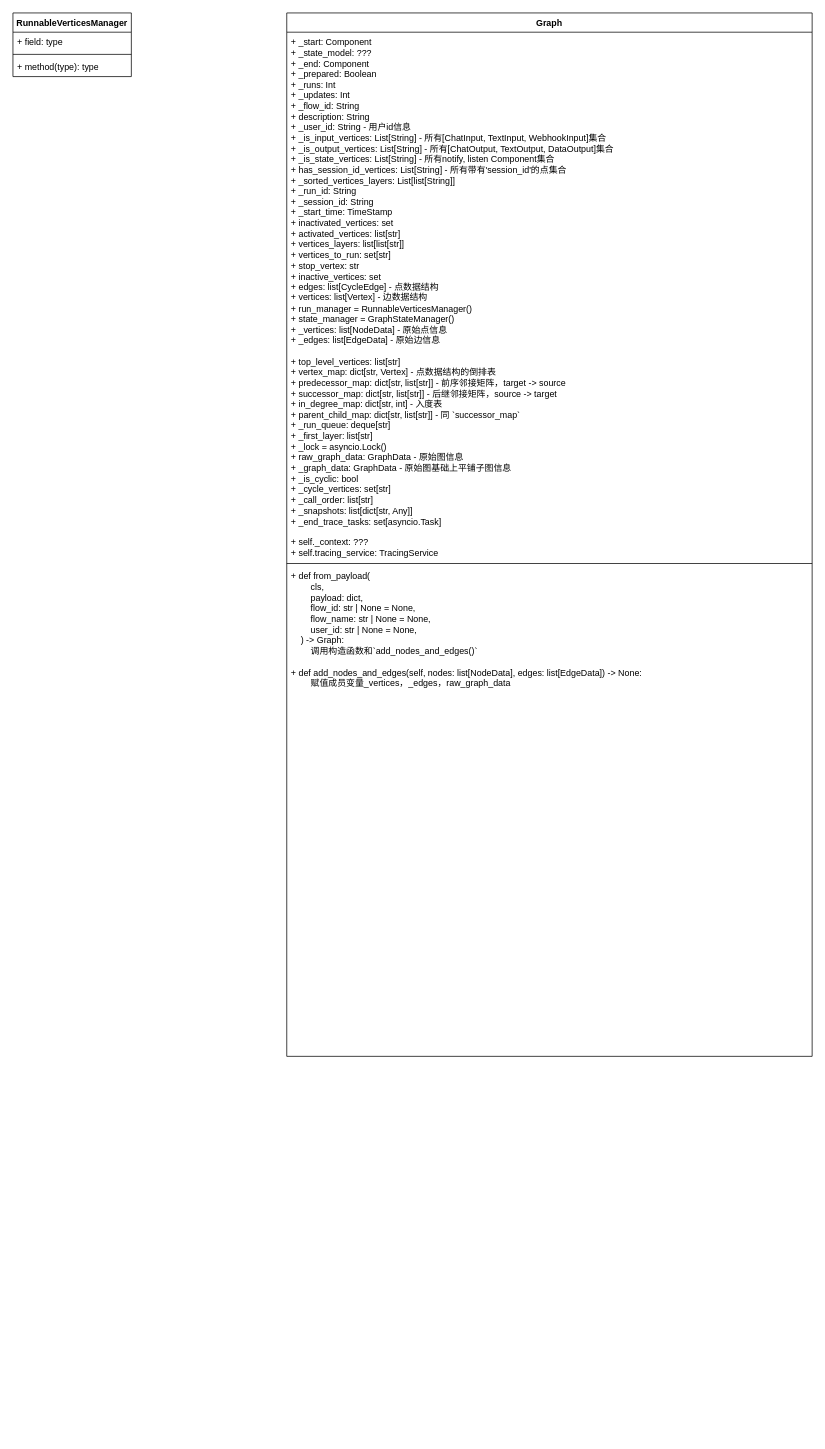
Above: page "Graph" (1 of 4) of langflow_v2.drawio in ooooona/toolkits (draw.io), before the change. Source tidied: cells renumbered, new cells numbered last; positions are measured from the earlier drawing's top-left corner, leaving out a move shared by most shapes. Both pictures are drawn from the tidied source at 74%, with x=0, y=0 at pixel (13, 13).
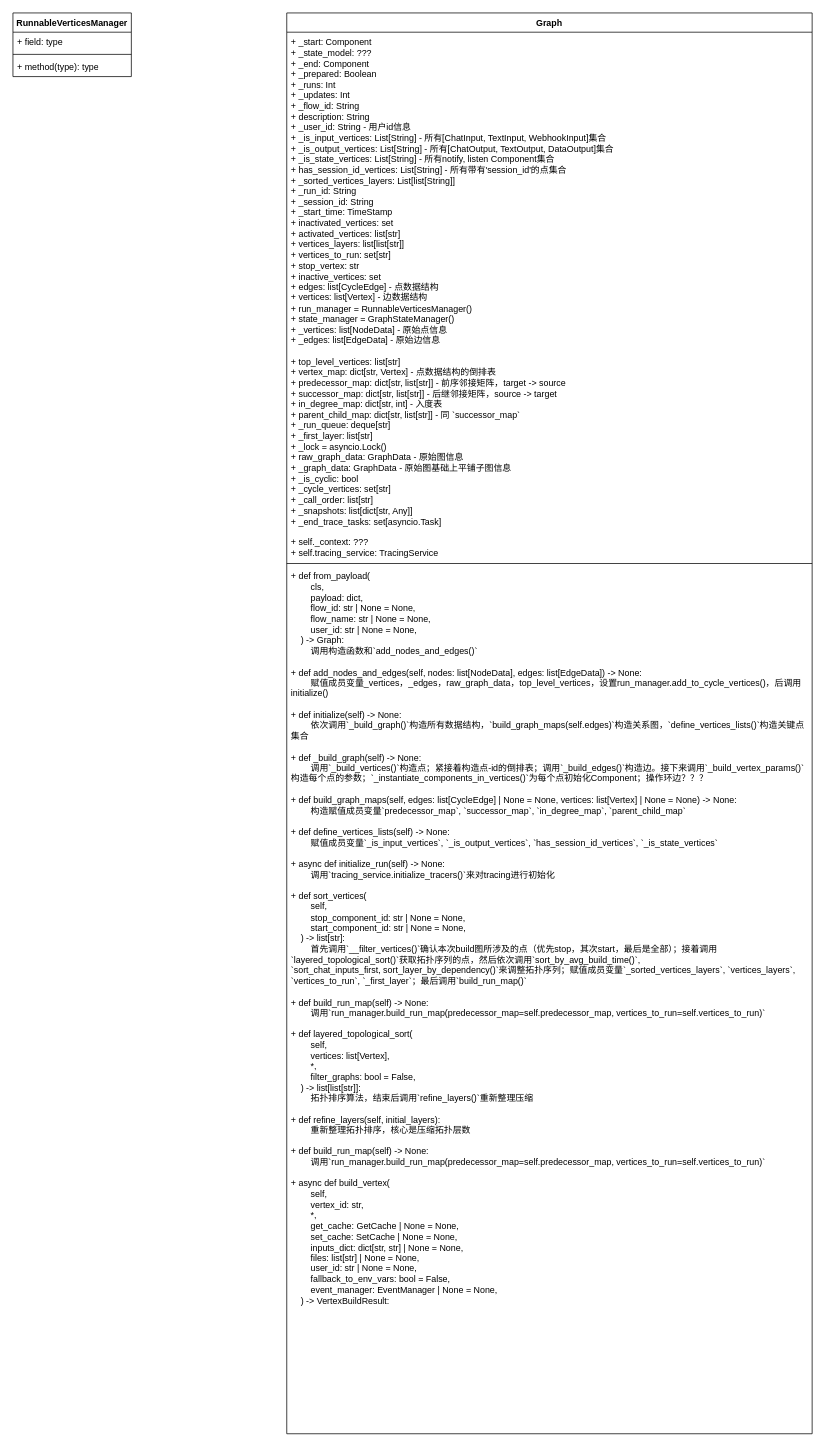
After the change.

What changed in the source:
```diff
@@
 <mxGraphModel>
   <root>
     <mxCell id="0" />
     <mxCell id="1" parent="0" />
     <mxCell id="2" value="Graph" style="swimlane;fontStyle=1;align=center;verticalAlign=top;horizontal=1;startSize=26;whiteSpace=wrap;html=1;" parent="1" vertex="1">
-      <mxGeometry x="370" width="710" height="1410" as="geometry" />
+      <mxGeometry x="370" width="710" height="1920" as="geometry" />
     </mxCell>
     <mxCell id="3" value="+ _start: Component&lt;div&gt;+&amp;nbsp;_state_model: ???&lt;/div&gt;&lt;div&gt;+ _end: Component&lt;/div&gt;&lt;div&gt;+ _prepared: Boolean&lt;/div&gt;&lt;div&gt;+ _runs: Int&lt;/div&gt;&lt;div&gt;+ _updates: Int&lt;/div&gt;&lt;div&gt;+ _flow_id: String&lt;/div&gt;&lt;div&gt;+ description: String&lt;/div&gt;&lt;div&gt;+ _user_id:&amp;nbsp;&lt;span style=&quot;background-color: transparent; color: light-dark(rgb(0, 0, 0), rgb(255, 255, 255));&quot;&gt;String - 用户id信息&lt;/span&gt;&lt;/div&gt;&lt;div&gt;+ _is_input_vertices: List[String] - 所有[ChatInput, TextInput, WebhookInput]集合&lt;/div&gt;&lt;div&gt;+&amp;nbsp;_is_output_vertices: List[String] - 所有[ChatOutput, TextOutput, DataOutput]集合&lt;/div&gt;&lt;div&gt;+&amp;nbsp;_is_state_vertices: List[String] - 所有notify, listen Component集合&lt;/div&gt;&lt;div&gt;+&amp;nbsp;has_session_id_vertices: List[String] - 所有带有'session_id'的点集合&lt;/div&gt;&lt;div&gt;+&amp;nbsp;_sorted_vertices_layers: List[list[String]]&lt;/div&gt;&lt;div&gt;+ _run_id:&amp;nbsp;&lt;span style=&quot;background-color: transparent; color: light-dark(rgb(0, 0, 0), rgb(255, 255, 255));&quot;&gt;String&lt;/span&gt;&lt;/div&gt;&lt;div&gt;+ _session_id:&amp;nbsp;&lt;span style=&quot;background-color: transparent; color: light-dark(rgb(0, 0, 0), rgb(255, 255, 255));&quot;&gt;String&lt;/span&gt;&lt;/div&gt;&lt;div&gt;+ _start_time: TimeStamp&lt;/div&gt;&lt;div&gt;+&amp;nbsp;inactivated_vertices: set&lt;/div&gt;&lt;div&gt;+&amp;nbsp;activated_vertices: list[str]&lt;/div&gt;&lt;div&gt;+&amp;nbsp;vertices_layers: list[list[str]]&lt;/div&gt;&lt;div&gt;+&amp;nbsp;vertices_to_run: set[str]&lt;/div&gt;&lt;div&gt;+&amp;nbsp;stop_vertex: str&lt;/div&gt;&lt;div&gt;+&amp;nbsp;inactive_vertices: set&amp;nbsp;&lt;/div&gt;&lt;div&gt;+&amp;nbsp;edges: list[CycleEdge] - 点数据结构&lt;/div&gt;&lt;div&gt;+&amp;nbsp;vertices: list[Vertex] - 边数据结构&lt;/div&gt;&lt;div&gt;+&amp;nbsp;run_manager = RunnableVerticesManager()&lt;/div&gt;&lt;div&gt;+&amp;nbsp;state_manager = GraphStateManager()&lt;/div&gt;&lt;div&gt;+&amp;nbsp;_vertices: list[NodeData] - 原始点信息&lt;/div&gt;&lt;div&gt;+&amp;nbsp;_edges: list[EdgeData] - 原始边信息&lt;/div&gt;&lt;div&gt;&lt;br&gt;&lt;/div&gt;&lt;div&gt;+&amp;nbsp;top_level_vertices: list[str]&lt;/div&gt;&lt;div&gt;+&amp;nbsp;vertex_map: dict[str, Vertex] - 点数据结构的倒排表&lt;/div&gt;&lt;div&gt;+&amp;nbsp;predecessor_map: dict[str, list[str]] - 前序邻接矩阵，target -&amp;gt; source&lt;/div&gt;&lt;div&gt;+&amp;nbsp;successor_map: dict[str, list[str]] - 后继邻接矩阵，source -&amp;gt; target&lt;/div&gt;&lt;div&gt;+&amp;nbsp;in_degree_map: dict[str, int] - 入度表&lt;/div&gt;&lt;div&gt;+&amp;nbsp;parent_child_map: dict[str, list[str]] - 同&lt;span style=&quot;background-color: transparent; color: light-dark(rgb(0, 0, 0), rgb(255, 255, 255));&quot;&gt;&amp;nbsp;`successor_map`&lt;/span&gt;&lt;/div&gt;&lt;div&gt;+&amp;nbsp;_run_queue: deque[str]&lt;/div&gt;&lt;div&gt;+&amp;nbsp;_first_layer: list[str]&lt;/div&gt;&lt;div&gt;+&amp;nbsp;_lock = asyncio.Lock()&lt;/div&gt;&lt;div&gt;+&amp;nbsp;raw_graph_data: GraphData - 原始图信息&lt;/div&gt;&lt;div&gt;+&amp;nbsp;_graph_data:&amp;nbsp;&lt;span style=&quot;background-color: transparent; color: light-dark(rgb(0, 0, 0), rgb(255, 255, 255));&quot;&gt;GraphData - 原始图基础上平铺子图信息&lt;/span&gt;&lt;/div&gt;&lt;div&gt;+&amp;nbsp;_is_cyclic: bool&amp;nbsp;&lt;/div&gt;&lt;div&gt;+&amp;nbsp;_cycle_vertices: set[str]&lt;/div&gt;&lt;div&gt;+&amp;nbsp;_call_order: list[str]&lt;/div&gt;&lt;div&gt;+&amp;nbsp;_snapshots: list[dict[str, Any]]&lt;/div&gt;&lt;div&gt;+&amp;nbsp;_end_trace_tasks: set[asyncio.Task]&lt;/div&gt;&lt;div&gt;&lt;br&gt;&lt;/div&gt;&lt;div&gt;+&amp;nbsp;self._context: ???&lt;/div&gt;&lt;div&gt;+&amp;nbsp;self.tracing_service: TracingService&lt;/div&gt;&lt;div&gt;&lt;br&gt;&lt;/div&gt;" style="text;strokeColor=none;fillColor=none;align=left;verticalAlign=top;spacingLeft=4;spacingRight=4;overflow=hidden;whiteSpace=wrap;html=1;" parent="2" vertex="1">
       <mxGeometry y="26" width="710" height="714" as="geometry" />
     </mxCell>
     <mxCell id="4" style="line;strokeWidth=1;fillColor=none;align=left;verticalAlign=middle;spacingTop=-1;spacingLeft=3;spacingRight=3;labelPosition=right;strokeColor=inherit;" parent="2" vertex="1">
       <mxGeometry y="740" width="710" height="8" as="geometry" />
     </mxCell>
-    <mxCell id="5" value="+&amp;nbsp;&lt;span style=&quot;background-color: transparent;&quot;&gt;def from_payload(&lt;/span&gt;&lt;div&gt;&amp;nbsp; &amp;nbsp; &amp;nbsp; &amp;nbsp; cls,&lt;/div&gt;&lt;div&gt;&amp;nbsp; &amp;nbsp; &amp;nbsp; &amp;nbsp; payload: dict,&lt;/div&gt;&lt;div&gt;&amp;nbsp; &amp;nbsp; &amp;nbsp; &amp;nbsp; flow_id: str | None = None,&lt;/div&gt;&lt;div&gt;&amp;nbsp; &amp;nbsp; &amp;nbsp; &amp;nbsp; flow_name: str | None = None,&lt;/div&gt;&lt;div&gt;&amp;nbsp; &amp;nbsp; &amp;nbsp; &amp;nbsp; user_id: str | None = None,&lt;/div&gt;&lt;div&gt;&amp;nbsp; &amp;nbsp; ) -&amp;gt; Graph:&lt;/div&gt;&lt;div&gt;&lt;span style=&quot;white-space: pre;&quot;&gt;&#9;&lt;/span&gt;调用构造函数和`add_nodes_and_edges()`&lt;br&gt;&lt;/div&gt;&lt;div&gt;&lt;br&gt;&lt;/div&gt;&lt;div&gt;&lt;div&gt;+ def add_nodes_and_edges(self, nodes: list[NodeData], edges: list[EdgeData]) -&amp;gt; None:&lt;/div&gt;&lt;/div&gt;&lt;div&gt;&lt;span style=&quot;white-space: pre;&quot;&gt;&#9;&lt;/span&gt;赋值成员变量_vertices，_edges，raw_graph_data&lt;br&gt;&lt;/div&gt;&lt;div&gt;&lt;br&gt;&lt;/div&gt;" style="text;strokeColor=none;fillColor=none;align=left;verticalAlign=top;spacingLeft=4;spacingRight=4;overflow=hidden;whiteSpace=wrap;html=1;" parent="2" vertex="1">
-      <mxGeometry y="748" width="710" height="662" as="geometry" />
+    <mxCell id="5" value="+&amp;nbsp;&lt;span style=&quot;background-color: transparent;&quot;&gt;def from_payload(&lt;/span&gt;&lt;div&gt;&amp;nbsp; &amp;nbsp; &amp;nbsp; &amp;nbsp; cls,&lt;/div&gt;&lt;div&gt;&amp;nbsp; &amp;nbsp; &amp;nbsp; &amp;nbsp; payload: dict,&lt;/div&gt;&lt;div&gt;&amp;nbsp; &amp;nbsp; &amp;nbsp; &amp;nbsp; flow_id: str | None = None,&lt;/div&gt;&lt;div&gt;&amp;nbsp; &amp;nbsp; &amp;nbsp; &amp;nbsp; flow_name: str | None = None,&lt;/div&gt;&lt;div&gt;&amp;nbsp; &amp;nbsp; &amp;nbsp; &amp;nbsp; user_id: str | None = None,&lt;/div&gt;&lt;div&gt;&amp;nbsp; &amp;nbsp; ) -&amp;gt; Graph:&lt;/div&gt;&lt;div&gt;&lt;span style=&quot;white-space: pre;&quot;&gt;&#9;&lt;/span&gt;调用构造函数和`add_nodes_and_edges()`&lt;br&gt;&lt;/div&gt;&lt;div&gt;&lt;br&gt;&lt;/div&gt;&lt;div&gt;&lt;div&gt;+ def add_nodes_and_edges(self, nodes: list[NodeData], edges: list[EdgeData]) -&amp;gt; None:&lt;/div&gt;&lt;/div&gt;&lt;div&gt;&lt;span style=&quot;white-space: pre;&quot;&gt;&#9;&lt;/span&gt;赋值成员变量_vertices，_edges，raw_graph_data，top_level_vertices，设置run_manager.add_to_cycle_vertices()，后调用initialize()&lt;br&gt;&lt;/div&gt;&lt;div&gt;&lt;br&gt;&lt;/div&gt;&lt;div&gt;+&amp;nbsp;def initialize(self) -&amp;gt; None:&lt;/div&gt;&lt;div&gt;&lt;span style=&quot;white-space: pre;&quot;&gt;&#9;&lt;/span&gt;依次调用`_build_graph()`构造所有数据结构，`build_graph_maps(self.edges)`构造关系图，`define_vertices_lists()`构造关键点集合&lt;br&gt;&lt;/div&gt;&lt;div&gt;&lt;br&gt;&lt;/div&gt;&lt;div&gt;+ def _build_graph(self) -&amp;gt; None:&lt;/div&gt;&lt;div&gt;&lt;span style=&quot;white-space: pre;&quot;&gt;&#9;&lt;/span&gt;调用`_build_vertices()`构造点；紧接着构造点-id的倒排表；调用`_build_edges()`构造边。接下来调用`_build_vertex_params()`构造每个点的参数；`_instantiate_components_in_vertices()`为每个点初始化Component；操作环边？？？&lt;br&gt;&lt;/div&gt;&lt;div&gt;&lt;br&gt;&lt;/div&gt;&lt;div&gt;+ def build_graph_maps(self, edges: list[CycleEdge] | None = None, vertices: list[Vertex] | None = None) -&amp;gt; None:&lt;/div&gt;&lt;div&gt;&lt;span style=&quot;white-space: pre;&quot;&gt;&#9;&lt;/span&gt;构造赋值成员变量`predecessor_map`, `successor_map`, `in_degree_map`, `parent_child_map`&lt;br&gt;&lt;/div&gt;&lt;div&gt;&lt;br&gt;&lt;/div&gt;&lt;div&gt;+&amp;nbsp;def define_vertices_lists(self) -&amp;gt; None:&lt;/div&gt;&lt;div&gt;&lt;span style=&quot;white-space: pre;&quot;&gt;&#9;&lt;/span&gt;赋值成员变量`_is_input_vertices`, `_is_output_vertices`, `has_session_id_vertices`, `_is_state_vertices`&lt;br&gt;&lt;/div&gt;&lt;div&gt;&lt;br&gt;&lt;/div&gt;&lt;div&gt;+&amp;nbsp;async def initialize_run(self) -&amp;gt; None:&lt;/div&gt;&lt;div&gt;&lt;span style=&quot;white-space: pre;&quot;&gt;&#9;&lt;/span&gt;调用`tracing_service.initialize_tracers()`来对tracing进行初始化&lt;br&gt;&lt;/div&gt;&lt;div&gt;&lt;br&gt;&lt;/div&gt;&lt;div&gt;+&amp;nbsp;&lt;span style=&quot;background-color: transparent;&quot;&gt;def sort_vertices(&lt;/span&gt;&lt;/div&gt;&lt;div&gt;&amp;nbsp; &amp;nbsp; &amp;nbsp; &amp;nbsp; self,&lt;/div&gt;&lt;div&gt;&amp;nbsp; &amp;nbsp; &amp;nbsp; &amp;nbsp; stop_component_id: str | None = None,&lt;/div&gt;&lt;div&gt;&amp;nbsp; &amp;nbsp; &amp;nbsp; &amp;nbsp; start_component_id: str | None = None,&lt;/div&gt;&lt;div&gt;&amp;nbsp; &amp;nbsp; ) -&amp;gt; list[str]:&lt;/div&gt;&lt;div&gt;&lt;span style=&quot;white-space: pre;&quot;&gt;&#9;&lt;/span&gt;首先调用`__filter_vertices()`确认本次build图所涉及的点（优先stop，其次start，最后是全部）；接着调用`layered_topological_sort()`获取拓扑序列的点，然后依次调用`sort_by_avg_build_time()`, `sort_chat_inputs_first,&amp;nbsp;sort_layer_by_dependency()`来调整拓扑序列；赋值成员变量`_sorted_vertices_layers`, `vertices_layers`, `vertices_to_run`, `_first_layer`；最后调用`build_run_map()`&lt;br&gt;&lt;/div&gt;&lt;div&gt;&lt;br&gt;&lt;/div&gt;&lt;div&gt;+&amp;nbsp;def build_run_map(self) -&amp;gt; None:&lt;/div&gt;&lt;div&gt;&lt;span style=&quot;white-space: pre;&quot;&gt;&#9;&lt;/span&gt;调用`run_manager.build_run_map(predecessor_map=self.predecessor_map, vertices_to_run=self.vertices_to_run)`&lt;br&gt;&lt;/div&gt;&lt;div&gt;&lt;br&gt;&lt;/div&gt;&lt;div&gt;+&amp;nbsp;&lt;span style=&quot;background-color: transparent;&quot;&gt;def layered_topological_sort(&lt;/span&gt;&lt;/div&gt;&lt;div&gt;&amp;nbsp; &amp;nbsp; &amp;nbsp; &amp;nbsp; self,&lt;/div&gt;&lt;div&gt;&amp;nbsp; &amp;nbsp; &amp;nbsp; &amp;nbsp; vertices: list[Vertex],&lt;/div&gt;&lt;div&gt;&amp;nbsp; &amp;nbsp; &amp;nbsp; &amp;nbsp; *,&lt;/div&gt;&lt;div&gt;&amp;nbsp; &amp;nbsp; &amp;nbsp; &amp;nbsp; filter_graphs: bool = False,&lt;/div&gt;&lt;div&gt;&amp;nbsp; &amp;nbsp; ) -&amp;gt; list[list[str]]:&lt;/div&gt;&lt;div&gt;&lt;span style=&quot;white-space: pre;&quot;&gt;&#9;&lt;/span&gt;拓扑排序算法，结束后调用`refine_layers()`重新整理压缩&lt;br&gt;&lt;/div&gt;&lt;div&gt;&lt;br&gt;&lt;/div&gt;&lt;div&gt;+&amp;nbsp;def refine_layers(self, initial_layers):&lt;/div&gt;&lt;div&gt;&lt;span style=&quot;white-space: pre;&quot;&gt;&#9;&lt;/span&gt;重新整理拓扑排序，核心是压缩拓扑层数&lt;br&gt;&lt;/div&gt;&lt;div&gt;&lt;br&gt;&lt;/div&gt;&lt;div&gt;+&amp;nbsp;def build_run_map(self) -&amp;gt; None:&lt;/div&gt;&lt;div&gt;&lt;span style=&quot;white-space: pre;&quot;&gt;&#9;&lt;/span&gt;调用`run_manager.build_run_map(predecessor_map=self.predecessor_map, vertices_to_run=self.vertices_to_run)`&lt;br&gt;&lt;/div&gt;&lt;div&gt;&lt;br&gt;&lt;/div&gt;&lt;div&gt;+&amp;nbsp;&lt;span style=&quot;background-color: transparent;&quot;&gt;async def build_vertex(&lt;/span&gt;&lt;/div&gt;&lt;div&gt;&amp;nbsp; &amp;nbsp; &amp;nbsp; &amp;nbsp; self,&lt;/div&gt;&lt;div&gt;&amp;nbsp; &amp;nbsp; &amp;nbsp; &amp;nbsp; vertex_id: str,&lt;/div&gt;&lt;div&gt;&amp;nbsp; &amp;nbsp; &amp;nbsp; &amp;nbsp; *,&lt;/div&gt;&lt;div&gt;&amp;nbsp; &amp;nbsp; &amp;nbsp; &amp;nbsp; get_cache: GetCache | None = None,&lt;/div&gt;&lt;div&gt;&amp;nbsp; &amp;nbsp; &amp;nbsp; &amp;nbsp; set_cache: SetCache | None = None,&lt;/div&gt;&lt;div&gt;&amp;nbsp; &amp;nbsp; &amp;nbsp; &amp;nbsp; inputs_dict: dict[str, str] | None = None,&lt;/div&gt;&lt;div&gt;&amp;nbsp; &amp;nbsp; &amp;nbsp; &amp;nbsp; files: list[str] | None = None,&lt;/div&gt;&lt;div&gt;&amp;nbsp; &amp;nbsp; &amp;nbsp; &amp;nbsp; user_id: str | None = None,&lt;/div&gt;&lt;div&gt;&amp;nbsp; &amp;nbsp; &amp;nbsp; &amp;nbsp; fallback_to_env_vars: bool = False,&lt;/div&gt;&lt;div&gt;&amp;nbsp; &amp;nbsp; &amp;nbsp; &amp;nbsp; event_manager: EventManager | None = None,&lt;/div&gt;&lt;div&gt;&amp;nbsp; &amp;nbsp; ) -&amp;gt; VertexBuildResult:&lt;/div&gt;&lt;div&gt;&lt;br&gt;&lt;/div&gt;&lt;div&gt;&lt;br&gt;&lt;/div&gt;&lt;div&gt;&lt;br&gt;&lt;/div&gt;" style="text;strokeColor=none;fillColor=none;align=left;verticalAlign=top;spacingLeft=4;spacingRight=4;overflow=hidden;whiteSpace=wrap;html=1;" parent="2" vertex="1">
+      <mxGeometry y="748" width="710" height="1172" as="geometry" />
     </mxCell>
     <mxCell id="6" value="RunnableVerticesManager" style="swimlane;fontStyle=1;align=center;verticalAlign=top;horizontal=1;startSize=26;whiteSpace=wrap;html=1;" parent="1" vertex="1">
       <mxGeometry width="160" height="86" as="geometry" />
     </mxCell>
     <mxCell id="7" value="+ field: type" style="text;strokeColor=none;fillColor=none;align=left;verticalAlign=top;spacingLeft=4;spacingRight=4;overflow=hidden;whiteSpace=wrap;html=1;" parent="6" vertex="1">
       <mxGeometry y="26" width="160" height="26" as="geometry" />
     </mxCell>
     <mxCell id="8" style="line;strokeWidth=1;fillColor=none;align=left;verticalAlign=middle;spacingTop=-1;spacingLeft=3;spacingRight=3;labelPosition=right;strokeColor=inherit;" parent="6" vertex="1">
       <mxGeometry y="52" width="160" height="8" as="geometry" />
     </mxCell>
     <mxCell id="9" value="+ method(type): type" style="text;strokeColor=none;fillColor=none;align=left;verticalAlign=top;spacingLeft=4;spacingRight=4;overflow=hidden;whiteSpace=wrap;html=1;" parent="6" vertex="1">
       <mxGeometry y="60" width="160" height="26" as="geometry" />
     </mxCell>
   </root>
 </mxGraphModel>
```
